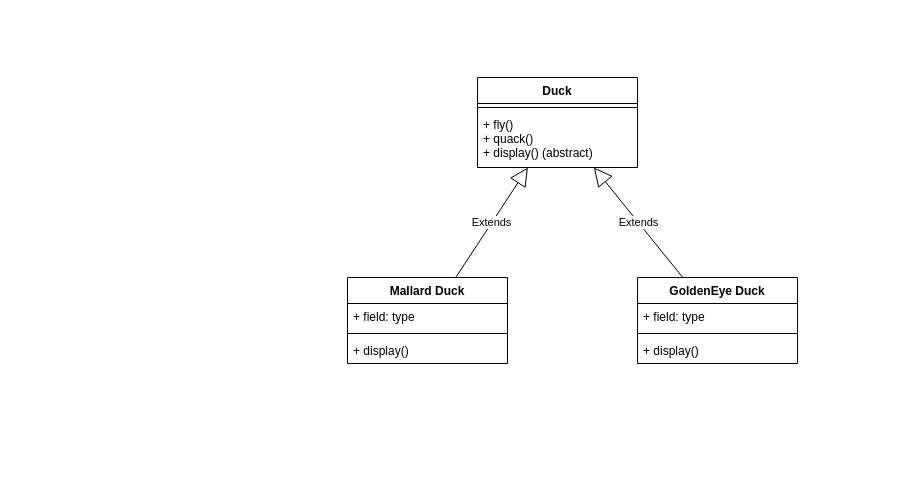
argonaultes-epsi-auxerre/architecture-applicative-i1-2025 keeps this draw.io diagram as bird.drawio. Above is the earlier version. Source tidied: cells renumbered, new cells numbered last; positions are measured from the earlier drawing's top-left corner, leaving out a move shared by most shapes. Both pictures are drawn from the tidied source at 100%, with x=0, y=0 at pixel (347, 77).
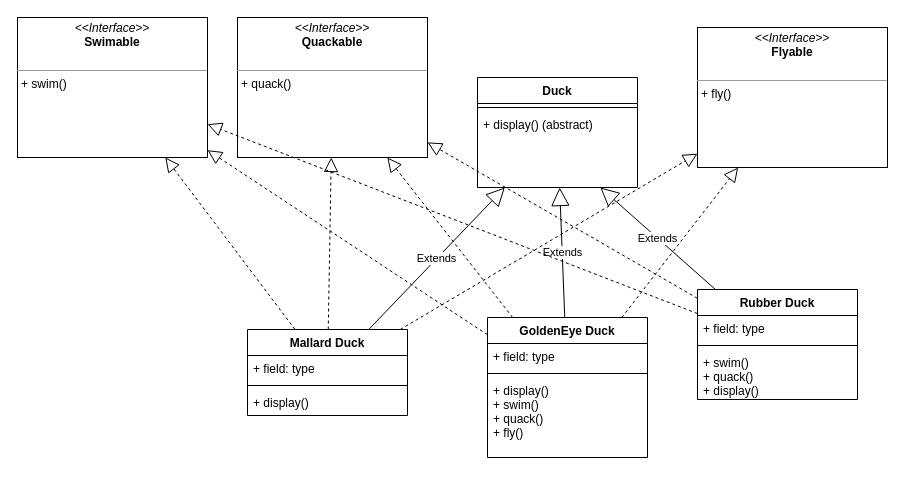
Above is the later version.

Commit message (it also covers changes not shown here):
duck sim use interface

The edit, as a diff of the source:
```diff
@@
     <mxCell id="2" value="Duck" style="swimlane;fontStyle=1;align=center;verticalAlign=top;horizontal=1;startSize=26;" parent="1" vertex="1">
-      <mxGeometry x="130" width="160" height="90" as="geometry" />
+      <mxGeometry x="130" width="160" height="110" as="geometry" />
     </mxCell>
@@
-    <mxCell id="4" value="+ fly()&#10;+ quack()&#10;+ display() (abstract)" style="text;strokeColor=none;fillColor=none;align=left;verticalAlign=top;spacingLeft=4;spacingRight=4;overflow=hidden;points=[[0,0.5],[1,0.5]];portConstraint=eastwest;" parent="2" vertex="1">
-      <mxGeometry y="34" width="160" height="56" as="geometry" />
+    <mxCell id="4" value="+ display() (abstract)&#10;" style="text;strokeColor=none;fillColor=none;align=left;verticalAlign=top;spacingLeft=4;spacingRight=4;overflow=hidden;points=[[0,0.5],[1,0.5]];portConstraint=eastwest;" parent="2" vertex="1">
+      <mxGeometry y="34" width="160" height="76" as="geometry" />
     </mxCell>
@@
     <mxCell id="7" value="Mallard Duck" style="swimlane;fontStyle=1;align=center;verticalAlign=top;horizontal=1;startSize=26;" parent="1" vertex="1">
-      <mxGeometry y="200" width="160" height="86" as="geometry" />
+      <mxGeometry x="-100" y="252" width="160" height="86" as="geometry" />
     </mxCell>
@@
     <mxCell id="11" value="GoldenEye Duck" style="swimlane;fontStyle=1;align=center;verticalAlign=top;horizontal=1;startSize=26;" parent="1" vertex="1">
-      <mxGeometry x="290" y="200" width="160" height="86" as="geometry" />
+      <mxGeometry x="140" y="240" width="160" height="140" as="geometry" />
     </mxCell>
@@
-    <mxCell id="14" value="+ display()" style="text;strokeColor=none;fillColor=none;align=left;verticalAlign=top;spacingLeft=4;spacingRight=4;overflow=hidden;" parent="11" vertex="1">
-      <mxGeometry y="60" width="160" height="26" as="geometry" />
+    <mxCell id="14" value="+ display()&#10;+ swim()&#10;+ quack()&#10;+ fly()" style="text;strokeColor=none;fillColor=none;align=left;verticalAlign=top;spacingLeft=4;spacingRight=4;overflow=hidden;" parent="11" vertex="1">
+      <mxGeometry y="60" width="160" height="80" as="geometry" />
     </mxCell>
+    <mxCell id="15" value="Rubber Duck" style="swimlane;fontStyle=1;align=center;verticalAlign=top;horizontal=1;startSize=26;" parent="1" vertex="1">
+      <mxGeometry x="350" y="212" width="160" height="110" as="geometry" />
+    </mxCell>
+    <mxCell id="16" value="+ field: type" style="text;strokeColor=none;fillColor=none;align=left;verticalAlign=top;spacingLeft=4;spacingRight=4;overflow=hidden;" parent="15" vertex="1">
+      <mxGeometry y="26" width="160" height="26" as="geometry" />
+    </mxCell>
+    <mxCell id="17" style="line;strokeWidth=1;fillColor=none;align=left;verticalAlign=middle;spacingTop=-1;spacingLeft=3;spacingRight=3;labelPosition=right;strokeColor=inherit;" parent="15" vertex="1">
+      <mxGeometry y="52" width="160" height="8" as="geometry" />
+    </mxCell>
+    <mxCell id="18" value="+ swim()&#10;+ quack()&#10;+ display()" style="text;strokeColor=none;fillColor=none;align=left;verticalAlign=top;spacingLeft=4;spacingRight=4;overflow=hidden;" parent="15" vertex="1">
+      <mxGeometry y="60" width="160" height="50" as="geometry" />
+    </mxCell>
+    <mxCell id="19" value="Extends" style="endArrow=block;endSize=16;endFill=0;html=1;" parent="1" edge="1" source="15" target="4">
+      <mxGeometry relative="1" as="geometry" />
+    </mxCell>
+    <mxCell id="20" value="&lt;p style=&quot;margin:0px;margin-top:4px;text-align:center;&quot;&gt;&lt;i&gt;&amp;lt;&amp;lt;Interface&amp;gt;&amp;gt;&lt;/i&gt;&lt;br&gt;&lt;b&gt;Flyable&lt;/b&gt;&lt;/p&gt;&lt;p style=&quot;margin:0px;margin-left:4px;&quot;&gt;&lt;br&gt;&lt;/p&gt;&lt;hr size=&quot;1&quot;&gt;&lt;p style=&quot;margin:0px;margin-left:4px;&quot;&gt;+ fly()&lt;/p&gt;" style="verticalAlign=top;align=left;overflow=fill;fontSize=12;fontFamily=Helvetica;html=1;" parent="1" vertex="1">
+      <mxGeometry x="350" y="-50" width="190" height="140" as="geometry" />
+    </mxCell>
+    <mxCell id="21" value="&lt;p style=&quot;margin:0px;margin-top:4px;text-align:center;&quot;&gt;&lt;i&gt;&amp;lt;&amp;lt;Interface&amp;gt;&amp;gt;&lt;/i&gt;&lt;br&gt;&lt;b&gt;Quackable&lt;/b&gt;&lt;/p&gt;&lt;p style=&quot;margin:0px;margin-left:4px;&quot;&gt;&lt;br&gt;&lt;/p&gt;&lt;hr size=&quot;1&quot;&gt;&lt;p style=&quot;margin:0px;margin-left:4px;&quot;&gt;+ quack()&lt;/p&gt;" style="verticalAlign=top;align=left;overflow=fill;fontSize=12;fontFamily=Helvetica;html=1;" parent="1" vertex="1">
+      <mxGeometry x="-110" y="-60" width="190" height="140" as="geometry" />
+    </mxCell>
+    <mxCell id="22" value="&lt;p style=&quot;margin:0px;margin-top:4px;text-align:center;&quot;&gt;&lt;i&gt;&amp;lt;&amp;lt;Interface&amp;gt;&amp;gt;&lt;/i&gt;&lt;br&gt;&lt;b&gt;Swimable&lt;/b&gt;&lt;/p&gt;&lt;p style=&quot;margin:0px;margin-left:4px;&quot;&gt;&lt;br&gt;&lt;/p&gt;&lt;hr size=&quot;1&quot;&gt;&lt;p style=&quot;margin:0px;margin-left:4px;&quot;&gt;+ swim()&lt;/p&gt;" style="verticalAlign=top;align=left;overflow=fill;fontSize=12;fontFamily=Helvetica;html=1;" parent="1" vertex="1">
+      <mxGeometry x="-330" y="-60" width="190" height="140" as="geometry" />
+    </mxCell>
+    <mxCell id="23" style="endArrow=block;dashed=1;endFill=0;endSize=12;html=1;" parent="1" edge="1" source="15" target="21">
+      <mxGeometry relative="1" as="geometry" />
+    </mxCell>
+    <mxCell id="24" style="endArrow=block;dashed=1;endFill=0;endSize=12;html=1;" parent="1" edge="1" source="15" target="22">
+      <mxGeometry relative="1" as="geometry" />
+    </mxCell>
+    <mxCell id="25" style="endArrow=block;dashed=1;endFill=0;endSize=12;html=1;" parent="1" edge="1" source="11" target="21">
+      <mxGeometry relative="1" as="geometry" />
+    </mxCell>
+    <mxCell id="26" style="endArrow=block;dashed=1;endFill=0;endSize=12;html=1;" parent="1" edge="1" source="11" target="22">
+      <mxGeometry relative="1" as="geometry" />
+    </mxCell>
+    <mxCell id="27" style="endArrow=block;dashed=1;endFill=0;endSize=12;html=1;" parent="1" edge="1" source="7" target="20">
+      <mxGeometry relative="1" as="geometry" />
+    </mxCell>
+    <mxCell id="28" style="endArrow=block;dashed=1;endFill=0;endSize=12;html=1;" parent="1" edge="1" source="7" target="21">
+      <mxGeometry relative="1" as="geometry" />
+    </mxCell>
+    <mxCell id="29" style="endArrow=block;dashed=1;endFill=0;endSize=12;html=1;" parent="1" edge="1" source="7" target="22">
+      <mxGeometry relative="1" as="geometry" />
+    </mxCell>
+    <mxCell id="30" style="endArrow=block;dashed=1;endFill=0;endSize=12;html=1;" parent="1" edge="1" source="11" target="20">
+      <mxGeometry relative="1" as="geometry" />
+    </mxCell>
```
